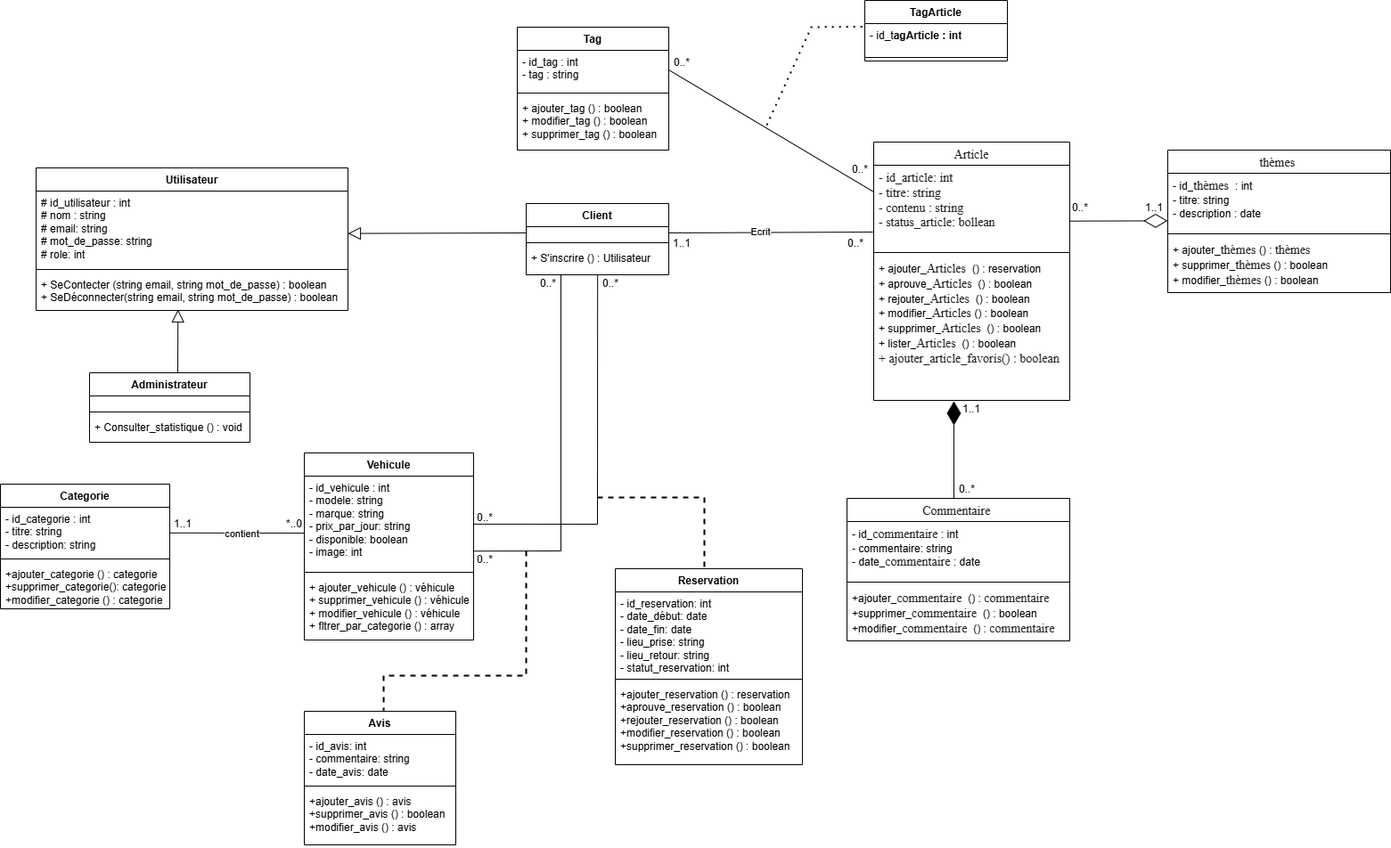
Earlier version of the draw.io export Modelisation/Diagramme_de_classe.png (AZIZABADA10/Location_de_voiture). Source tidied: cells renumbered, new cells last; positions are measured from the earlier drawing's top-left corner, leaving out a move shared by most shapes.
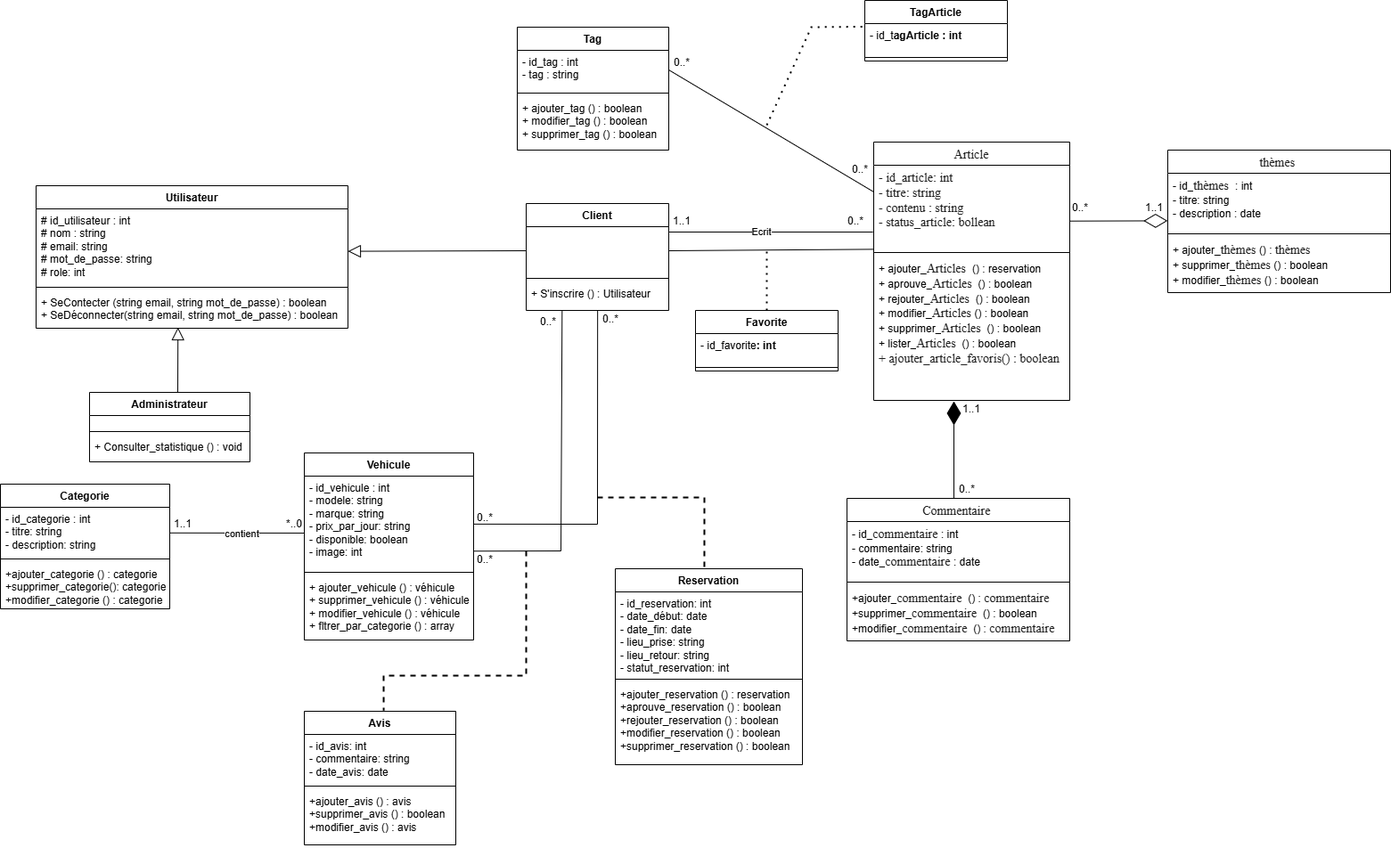
The same file after the commit.

Commit message:
docs: mise à jour du diagramme de classe

Diff of the diagram source:
```diff
@@ -5,3 +5,3 @@
     <mxCell id="2" value="Utilisateur" style="swimlane;fontStyle=1;align=center;verticalAlign=top;horizontal=1;startSize=26;whiteSpace=wrap;html=1;" parent="1" vertex="1">
-      <mxGeometry x="40" y="188" width="350" height="160" as="geometry" />
+      <mxGeometry x="40" y="208" width="350" height="160" as="geometry" />
     </mxCell>
@@ -17,3 +17,3 @@
     <mxCell id="6" value="Administrateur" style="swimlane;fontStyle=1;align=center;verticalAlign=top;horizontal=1;startSize=26;whiteSpace=wrap;html=1;" parent="1" vertex="1">
-      <mxGeometry x="100" y="418" width="180" height="78" as="geometry" />
+      <mxGeometry x="100" y="440" width="180" height="78" as="geometry" />
     </mxCell>
@@ -32,16 +32,16 @@
     <mxCell id="11" value="Client" style="swimlane;fontStyle=1;align=center;verticalAlign=top;horizontal=1;startSize=26;whiteSpace=wrap;html=1;" parent="1" vertex="1">
-      <mxGeometry x="590" y="228" width="160" height="80" as="geometry" />
+      <mxGeometry x="590" y="228" width="160" height="120" as="geometry" />
     </mxCell>
-    <mxCell id="12" value="&lt;div&gt;&lt;div&gt;&lt;div&gt;&lt;div&gt;&lt;div&gt;&lt;div&gt;&lt;br&gt;&lt;/div&gt;&lt;/div&gt;&lt;/div&gt;&lt;/div&gt;&lt;/div&gt;&lt;/div&gt;" style="text;strokeColor=none;fillColor=none;align=left;verticalAlign=top;spacingLeft=4;spacingRight=4;overflow=hidden;points=[[0,0.5],[1,0.5]];portConstraint=eastwest;whiteSpace=wrap;html=1;" parent="11" vertex="1">
-      <mxGeometry y="26" width="160" height="14" as="geometry" />
-    </mxCell>
-    <mxCell id="13" style="line;strokeWidth=1;fillColor=none;align=left;verticalAlign=middle;spacingTop=-1;spacingLeft=3;spacingRight=3;labelPosition=right;strokeColor=inherit;" parent="11" vertex="1">
-      <mxGeometry y="40" width="160" height="8" as="geometry" />
-    </mxCell>
+    <mxCell id="77" value="&lt;div&gt;&lt;div&gt;&lt;div&gt;&lt;div&gt;&lt;div&gt;&lt;div&gt;&lt;br&gt;&lt;/div&gt;&lt;/div&gt;&lt;/div&gt;&lt;/div&gt;&lt;/div&gt;&lt;/div&gt;" style="text;strokeColor=none;fillColor=none;align=left;verticalAlign=top;spacingLeft=4;spacingRight=4;overflow=hidden;points=[[0,0.5],[1,0.5]];portConstraint=eastwest;whiteSpace=wrap;html=1;" parent="11" vertex="1">
+      <mxGeometry y="26" width="160" height="54" as="geometry" />
+    </mxCell>
+    <mxCell id="78" style="line;strokeWidth=1;fillColor=none;align=left;verticalAlign=middle;spacingTop=-1;spacingLeft=3;spacingRight=3;labelPosition=right;strokeColor=inherit;" parent="11" vertex="1">
+      <mxGeometry y="80" width="160" height="8" as="geometry" />
+    </mxCell>
     <mxCell id="14" value="+ S'inscrire (&lt;span style=&quot;color: light-dark(rgb(0, 0, 0), rgb(255, 255, 255)); background-color: transparent;&quot;&gt;) : Utilisateur&lt;/span&gt;" style="text;strokeColor=none;fillColor=none;align=left;verticalAlign=top;spacingLeft=4;spacingRight=4;overflow=hidden;points=[[0,0.5],[1,0.5]];portConstraint=eastwest;whiteSpace=wrap;html=1;" parent="11" vertex="1">
-      <mxGeometry y="48" width="160" height="32" as="geometry" />
+      <mxGeometry y="88" width="160" height="32" as="geometry" />
     </mxCell>
-    <mxCell id="15" style="edgeStyle=none;html=1;endArrow=block;endFill=0;endSize=12;verticalAlign=bottom;rounded=0;exitX=0;exitY=0.5;exitDx=0;exitDy=0;entryX=1;entryY=0.567;entryDx=0;entryDy=0;entryPerimeter=0;" parent="1" edge="1" source="12" target="3">
-      <mxGeometry relative="1" as="geometry" />
-    </mxCell>
+    <mxCell id="79" style="edgeStyle=none;html=1;endArrow=block;endFill=0;endSize=12;verticalAlign=bottom;rounded=0;exitX=0;exitY=0.5;exitDx=0;exitDy=0;entryX=1;entryY=0.567;entryDx=0;entryDy=0;entryPerimeter=0;" parent="1" edge="1" source="77" target="3">
+      <mxGeometry relative="1" as="geometry" />
+    </mxCell>
     <mxCell id="16" value="Vehicule" style="swimlane;fontStyle=1;align=center;verticalAlign=top;horizontal=1;startSize=26;whiteSpace=wrap;html=1;" parent="1" vertex="1">
@@ -100,34 +100,33 @@
     </mxCell>
-    <mxCell id="34" style="edgeStyle=none;html=1;endArrow=none;verticalAlign=bottom;rounded=0;exitX=0.501;exitY=1.007;exitDx=0;exitDy=0;exitPerimeter=0;entryX=1.002;entryY=0.518;entryDx=0;entryDy=0;entryPerimeter=0;" parent="1" edge="1" source="14" target="17">
-      <mxGeometry relative="1" as="geometry">
-        <Array as="points">
-          <mxPoint x="670" y="588" />
-        </Array>
-      </mxGeometry>
-    </mxCell>
-    <mxCell id="35" style="edgeStyle=none;html=1;endArrow=none;verticalAlign=bottom;dashed=1;strokeWidth=2;rounded=0;entryX=0.476;entryY=-0.002;entryDx=0;entryDy=0;entryPerimeter=0;" parent="1" edge="1" target="24">
-      <mxGeometry relative="1" as="geometry">
-        <mxPoint x="670" y="558" as="sourcePoint" />
-        <Array as="points">
-          <mxPoint x="790" y="558" />
-        </Array>
-      </mxGeometry>
-    </mxCell>
-    <mxCell id="36" style="edgeStyle=none;html=1;endArrow=none;verticalAlign=bottom;rounded=0;exitX=0.501;exitY=1.007;exitDx=0;exitDy=0;exitPerimeter=0;entryX=0.999;entryY=0.81;entryDx=0;entryDy=0;entryPerimeter=0;" parent="1" edge="1" target="17">
-      <mxGeometry relative="1" as="geometry">
-        <mxPoint x="629" y="308" as="sourcePoint" />
-        <Array as="points">
-          <mxPoint x="629" y="618" />
-        </Array>
-      </mxGeometry>
-    </mxCell>
-    <mxCell id="37" style="edgeStyle=none;html=1;endArrow=none;verticalAlign=bottom;dashed=1;strokeWidth=2;rounded=0;entryX=0.524;entryY=-0.005;entryDx=0;entryDy=0;entryPerimeter=0;" parent="1" edge="1" target="28">
-      <mxGeometry relative="1" as="geometry">
-        <mxPoint x="590" y="618" as="sourcePoint" />
-        <Array as="points">
-          <mxPoint x="590" y="758" />
-          <mxPoint x="430" y="758" />
-        </Array>
-      </mxGeometry>
-    </mxCell>
+    <mxCell id="80" style="edgeStyle=none;html=1;endArrow=none;verticalAlign=bottom;rounded=0;exitX=0.501;exitY=1.007;exitDx=0;exitDy=0;exitPerimeter=0;entryX=1.002;entryY=0.518;entryDx=0;entryDy=0;entryPerimeter=0;" parent="1" edge="1" source="14" target="17">
+      <mxGeometry relative="1" as="geometry">
+        <Array as="points">
+          <mxPoint x="670" y="588" />
+        </Array>
+      </mxGeometry>
+    </mxCell>
+    <mxCell id="81" style="edgeStyle=none;html=1;endArrow=none;verticalAlign=bottom;dashed=1;strokeWidth=2;rounded=0;entryX=0.476;entryY=-0.002;entryDx=0;entryDy=0;entryPerimeter=0;" parent="1" edge="1" target="24">
+      <mxGeometry relative="1" as="geometry">
+        <mxPoint x="670" y="558" as="sourcePoint" />
+        <Array as="points">
+          <mxPoint x="790" y="558" />
+        </Array>
+      </mxGeometry>
+    </mxCell>
+    <mxCell id="82" style="edgeStyle=none;html=1;endArrow=none;verticalAlign=bottom;rounded=0;exitX=0.252;exitY=1.006;exitDx=0;exitDy=0;exitPerimeter=0;entryX=0.999;entryY=0.81;entryDx=0;entryDy=0;entryPerimeter=0;" parent="1" edge="1" source="14" target="17">
+      <mxGeometry relative="1" as="geometry">
+        <Array as="points">
+          <mxPoint x="629" y="618" />
+        </Array>
+      </mxGeometry>
+    </mxCell>
+    <mxCell id="83" style="edgeStyle=none;html=1;endArrow=none;verticalAlign=bottom;dashed=1;strokeWidth=2;rounded=0;entryX=0.524;entryY=-0.005;entryDx=0;entryDy=0;entryPerimeter=0;" parent="1" edge="1" target="28">
+      <mxGeometry relative="1" as="geometry">
+        <mxPoint x="590" y="618" as="sourcePoint" />
+        <Array as="points">
+          <mxPoint x="590" y="758" />
+          <mxPoint x="430" y="758" />
+        </Array>
+      </mxGeometry>
+    </mxCell>
     <mxCell id="38" value="1..1" style="text;html=1;whiteSpace=wrap;strokeColor=none;fillColor=none;align=center;verticalAlign=middle;rounded=0;" parent="1" vertex="1">
@@ -141,8 +140,8 @@
     </mxCell>
-    <mxCell id="41" value="0..*" style="text;html=1;whiteSpace=wrap;strokeColor=none;fillColor=none;align=center;verticalAlign=middle;rounded=0;" parent="1" vertex="1">
-      <mxGeometry x="670" y="308" width="30" height="20" as="geometry" />
-    </mxCell>
-    <mxCell id="42" value="0..*" style="text;html=1;whiteSpace=wrap;strokeColor=none;fillColor=none;align=center;verticalAlign=middle;rounded=0;" parent="1" vertex="1">
-      <mxGeometry x="600" y="308" width="30" height="20" as="geometry" />
-    </mxCell>
+    <mxCell id="84" value="0..*" style="text;html=1;whiteSpace=wrap;strokeColor=none;fillColor=none;align=center;verticalAlign=middle;rounded=0;" parent="1" vertex="1">
+      <mxGeometry x="670" y="348" width="30" height="20" as="geometry" />
+    </mxCell>
+    <mxCell id="85" value="0..*" style="text;html=1;whiteSpace=wrap;strokeColor=none;fillColor=none;align=center;verticalAlign=middle;rounded=0;" parent="1" vertex="1">
+      <mxGeometry x="600" y="351" width="30" height="20" as="geometry" />
+    </mxCell>
     <mxCell id="43" value="0..*" style="text;html=1;whiteSpace=wrap;strokeColor=none;fillColor=none;align=center;verticalAlign=middle;rounded=0;" parent="1" vertex="1">
@@ -168,5 +167,5 @@
     </mxCell>
-    <mxCell id="50" style="line;strokeWidth=1;fillColor=none;align=left;verticalAlign=middle;spacingTop=-1;spacingLeft=3;spacingRight=3;labelPosition=right;strokeColor=inherit;" parent="48" vertex="1">
-      <mxGeometry y="90" width="250" height="8" as="geometry" />
-    </mxCell>
+    <mxCell id="86" style="line;strokeWidth=1;fillColor=none;align=left;verticalAlign=middle;spacingTop=-1;spacingLeft=3;spacingRight=3;labelPosition=right;strokeColor=inherit;" parent="48" vertex="1">
+      <mxGeometry y="90" width="250" height="8" as="geometry" />
+    </mxCell>
     <mxCell id="51" value="+ajouter_&lt;span style=&quot;color: rgba(0, 0, 0, 0.88); font-family: &amp;quot;Nunito Sans&amp;quot;, &amp;quot;sans-serif&amp;quot;; font-size: 14px; background-color: rgb(255, 255, 255);&quot;&gt;commentaire&amp;nbsp;&lt;/span&gt;&amp;nbsp;() :&amp;nbsp;&lt;span style=&quot;color: rgba(0, 0, 0, 0.88); font-family: &amp;quot;Nunito Sans&amp;quot;, &amp;quot;sans-serif&amp;quot;; font-size: 14px; background-color: rgb(255, 255, 255);&quot;&gt;commentaire&amp;nbsp;&lt;/span&gt;&lt;div&gt;+supprimer_&lt;span style=&quot;color: rgba(0, 0, 0, 0.88); font-family: &amp;quot;Nunito Sans&amp;quot;, &amp;quot;sans-serif&amp;quot;; font-size: 14px; background-color: rgb(255, 255, 255);&quot;&gt;commentaire&amp;nbsp;&lt;/span&gt;&amp;nbsp;() : boolean&lt;span style=&quot;background-color: transparent; color: light-dark(rgb(0, 0, 0), rgb(255, 255, 255));&quot;&gt;&lt;br&gt;&lt;/span&gt;+modifier_&lt;span style=&quot;color: rgba(0, 0, 0, 0.88); font-family: &amp;quot;Nunito Sans&amp;quot;, &amp;quot;sans-serif&amp;quot;; font-size: 14px; background-color: rgb(255, 255, 255);&quot;&gt;commentaire&amp;nbsp;&lt;/span&gt;&amp;nbsp;() :&amp;nbsp;&lt;span style=&quot;background-color: rgb(255, 255, 255); color: rgba(0, 0, 0, 0.88); font-family: &amp;quot;Nunito Sans&amp;quot;, &amp;quot;sans-serif&amp;quot;; font-size: 14px;&quot;&gt;commentaire&amp;nbsp;&lt;/span&gt;&lt;/div&gt;" style="text;strokeColor=none;fillColor=none;align=left;verticalAlign=top;spacingLeft=4;spacingRight=4;overflow=hidden;whiteSpace=wrap;html=1;" parent="48" vertex="1">
@@ -174,6 +173,8 @@
     </mxCell>
-    <mxCell id="52" style="endArrow=none;html=1;rounded=0;exitX=1;exitY=0.5;exitDx=0;exitDy=0;entryX=-0.004;entryY=0.798;entryDx=0;entryDy=0;entryPerimeter=0;" parent="1" edge="1" source="12" target="45">
-      <mxGeometry relative="1" as="geometry" />
-    </mxCell>
+    <mxCell id="87" style="endArrow=none;html=1;rounded=0;entryX=-0.004;entryY=0.798;entryDx=0;entryDy=0;entryPerimeter=0;" parent="1" edge="1" target="45">
+      <mxGeometry relative="1" as="geometry">
+        <mxPoint x="750" y="260" as="sourcePoint" />
+      </mxGeometry>
+    </mxCell>
-    <mxCell id="53" value="Ecrit" style="edgeLabel;html=1;align=center;verticalAlign=middle;" parent="52" vertex="1">
+    <mxCell id="53" value="Ecrit" style="edgeLabel;html=1;align=center;verticalAlign=middle;" parent="87" vertex="1">
       <mxGeometry x="-0.1" y="1" relative="1" as="geometry" />
@@ -181,7 +182,7 @@
     <mxCell id="54" value="1..1" style="text;html=1;whiteSpace=wrap;strokeColor=none;fillColor=none;align=center;verticalAlign=middle;rounded=0;" parent="1" vertex="1">
-      <mxGeometry x="750" y="263" width="30" height="20" as="geometry" />
+      <mxGeometry x="750" y="238" width="30" height="20" as="geometry" />
     </mxCell>
-    <mxCell id="55" value="0..*" style="text;html=1;whiteSpace=wrap;strokeColor=none;fillColor=none;align=center;verticalAlign=middle;rounded=0;" parent="1" vertex="1">
-      <mxGeometry x="950" y="268" width="20" height="10" as="geometry" />
-    </mxCell>
+    <mxCell id="88" value="0..*" style="text;html=1;whiteSpace=wrap;strokeColor=none;fillColor=none;align=center;verticalAlign=middle;rounded=0;" parent="1" vertex="1">
+      <mxGeometry x="950" y="243" width="20" height="10" as="geometry" />
+    </mxCell>
     <mxCell id="56" value="0..*" style="text;html=1;whiteSpace=wrap;strokeColor=none;fillColor=none;align=center;verticalAlign=middle;rounded=0;" parent="1" vertex="1">
@@ -198,5 +199,5 @@
     </mxCell>
-    <mxCell id="60" style="line;strokeWidth=1;fillColor=none;align=left;verticalAlign=middle;spacingTop=-1;spacingLeft=3;spacingRight=3;labelPosition=right;strokeColor=inherit;" parent="58" vertex="1">
-      <mxGeometry y="90" width="250" height="8" as="geometry" />
-    </mxCell>
+    <mxCell id="89" style="line;strokeWidth=1;fillColor=none;align=left;verticalAlign=middle;spacingTop=-1;spacingLeft=3;spacingRight=3;labelPosition=right;strokeColor=inherit;" parent="58" vertex="1">
+      <mxGeometry y="90" width="250" height="8" as="geometry" />
+    </mxCell>
     <mxCell id="61" value="+ ajouter_&lt;span style=&quot;color: rgba(0, 0, 0, 0.88); font-family: &amp;quot;Nunito Sans&amp;quot;, &amp;quot;sans-serif&amp;quot;; font-size: 14px; background-color: rgb(255, 255, 255);&quot;&gt;thèmes&amp;nbsp;&lt;/span&gt;() :&amp;nbsp;&lt;span style=&quot;color: rgba(0, 0, 0, 0.88); font-family: &amp;quot;Nunito Sans&amp;quot;, &amp;quot;sans-serif&amp;quot;; font-size: 14px; background-color: rgb(255, 255, 255);&quot;&gt;thèmes&amp;nbsp;&lt;/span&gt;&lt;div&gt;+ supprimer_&lt;span style=&quot;color: rgba(0, 0, 0, 0.88); font-family: &amp;quot;Nunito Sans&amp;quot;, &amp;quot;sans-serif&amp;quot;; font-size: 14px; background-color: rgb(255, 255, 255);&quot;&gt;thèmes&lt;/span&gt;&amp;nbsp;() : boolean&lt;span style=&quot;background-color: transparent; color: light-dark(rgb(0, 0, 0), rgb(255, 255, 255));&quot;&gt;&lt;br&gt;&lt;/span&gt;+ modifier_&lt;span style=&quot;color: rgba(0, 0, 0, 0.88); font-family: &amp;quot;Nunito Sans&amp;quot;, &amp;quot;sans-serif&amp;quot;; font-size: 14px; background-color: rgb(255, 255, 255);&quot;&gt;thèmes&amp;nbsp;&lt;/span&gt;() :&amp;nbsp;&lt;span style=&quot;background-color: transparent; color: light-dark(rgb(0, 0, 0), rgb(255, 255, 255));&quot;&gt;boolean&lt;/span&gt;&lt;/div&gt;" style="text;strokeColor=none;fillColor=none;align=left;verticalAlign=top;spacingLeft=4;spacingRight=4;overflow=hidden;whiteSpace=wrap;html=1;" parent="58" vertex="1">
@@ -228,10 +229,10 @@
     </mxCell>
-    <mxCell id="70" style="endArrow=none;dashed=1;html=1;dashPattern=1 3;strokeWidth=2;rounded=0;entryX=0;entryY=0.101;entryDx=0;entryDy=0;entryPerimeter=0;" parent="1" edge="1" target="72">
-      <mxGeometry relative="1" as="geometry">
-        <mxPoint x="860" y="140" as="sourcePoint" />
-        <Array as="points">
-          <mxPoint x="910" y="30" />
-        </Array>
-      </mxGeometry>
-    </mxCell>
+    <mxCell id="90" style="endArrow=none;dashed=1;html=1;dashPattern=1 3;strokeWidth=2;rounded=0;entryX=0;entryY=0.101;entryDx=0;entryDy=0;entryPerimeter=0;" parent="1" edge="1" target="72">
+      <mxGeometry relative="1" as="geometry">
+        <mxPoint x="860" y="140" as="sourcePoint" />
+        <Array as="points">
+          <mxPoint x="910" y="30" />
+        </Array>
+      </mxGeometry>
+    </mxCell>
     <mxCell id="71" value="TagArticle" style="swimlane;fontStyle=1;align=center;verticalAlign=top;horizontal=1;startSize=26;whiteSpace=wrap;html=1;" parent="1" vertex="1">
@@ -242,5 +243,5 @@
     </mxCell>
-    <mxCell id="73" style="line;strokeWidth=1;fillColor=none;align=left;verticalAlign=middle;spacingTop=-1;spacingLeft=3;spacingRight=3;labelPosition=right;strokeColor=inherit;" parent="71" vertex="1">
-      <mxGeometry y="60" width="160" height="8" as="geometry" />
-    </mxCell>
+    <mxCell id="91" style="line;strokeWidth=1;fillColor=none;align=left;verticalAlign=middle;spacingTop=-1;spacingLeft=3;spacingRight=3;labelPosition=right;strokeColor=inherit;" parent="71" vertex="1">
+      <mxGeometry y="60" width="160" height="8" as="geometry" />
+    </mxCell>
     <mxCell id="74" value="0..*" style="text;html=1;whiteSpace=wrap;strokeColor=none;fillColor=none;align=center;verticalAlign=middle;rounded=0;" parent="1" vertex="1">
@@ -251,7 +252,24 @@
     </mxCell>
-    <mxCell id="76" style="endArrow=diamondThin;endFill=1;endSize=24;html=1;rounded=0;exitX=0;exitY=1;exitDx=0;exitDy=0;" parent="1" edge="1" source="56">
-      <mxGeometry relative="1" as="geometry">
-        <mxPoint x="1070" y="450" as="targetPoint" />
-      </mxGeometry>
-    </mxCell>
+    <mxCell id="92" style="endArrow=diamondThin;endFill=1;endSize=24;html=1;rounded=0;exitX=0;exitY=1;exitDx=0;exitDy=0;" parent="1" edge="1" source="56">
+      <mxGeometry relative="1" as="geometry">
+        <mxPoint x="1070" y="450" as="targetPoint" />
+      </mxGeometry>
+    </mxCell>
+    <mxCell id="93" style="endArrow=none;html=1;rounded=0;exitX=1;exitY=0.5;exitDx=0;exitDy=0;entryX=-0.001;entryY=1.004;entryDx=0;entryDy=0;entryPerimeter=0;" parent="1" edge="1" source="77" target="45">
+      <mxGeometry relative="1" as="geometry" />
+    </mxCell>
+    <mxCell id="94" style="endArrow=none;dashed=1;html=1;dashPattern=1 3;strokeWidth=2;rounded=0;exitX=0.5;exitY=0;exitDx=0;exitDy=0;" parent="1" edge="1" source="95">
+      <mxGeometry relative="1" as="geometry">
+        <mxPoint x="860" y="280" as="targetPoint" />
+      </mxGeometry>
+    </mxCell>
+    <mxCell id="95" value="Favorite" style="swimlane;fontStyle=1;align=center;verticalAlign=top;horizontal=1;startSize=26;whiteSpace=wrap;html=1;" parent="1" vertex="1">
+      <mxGeometry x="780" y="348" width="160" height="68" as="geometry" />
+    </mxCell>
+    <mxCell id="96" value="&lt;div&gt;&lt;div&gt;- id_favorite&lt;span style=&quot;background-color: transparent; color: light-dark(rgb(0, 0, 0), rgb(255, 255, 255)); font-weight: 700; text-align: center;&quot;&gt;: int&lt;/span&gt;&lt;/div&gt;&lt;/div&gt;&lt;div&gt;&lt;br&gt;&lt;/div&gt;" style="text;strokeColor=none;fillColor=none;align=left;verticalAlign=top;spacingLeft=4;spacingRight=4;overflow=hidden;whiteSpace=wrap;html=1;" parent="95" vertex="1">
+      <mxGeometry y="26" width="160" height="34" as="geometry" />
+    </mxCell>
+    <mxCell id="97" style="line;strokeWidth=1;fillColor=none;align=left;verticalAlign=middle;spacingTop=-1;spacingLeft=3;spacingRight=3;labelPosition=right;strokeColor=inherit;" parent="95" vertex="1">
+      <mxGeometry y="60" width="160" height="8" as="geometry" />
+    </mxCell>
   </root>
```
